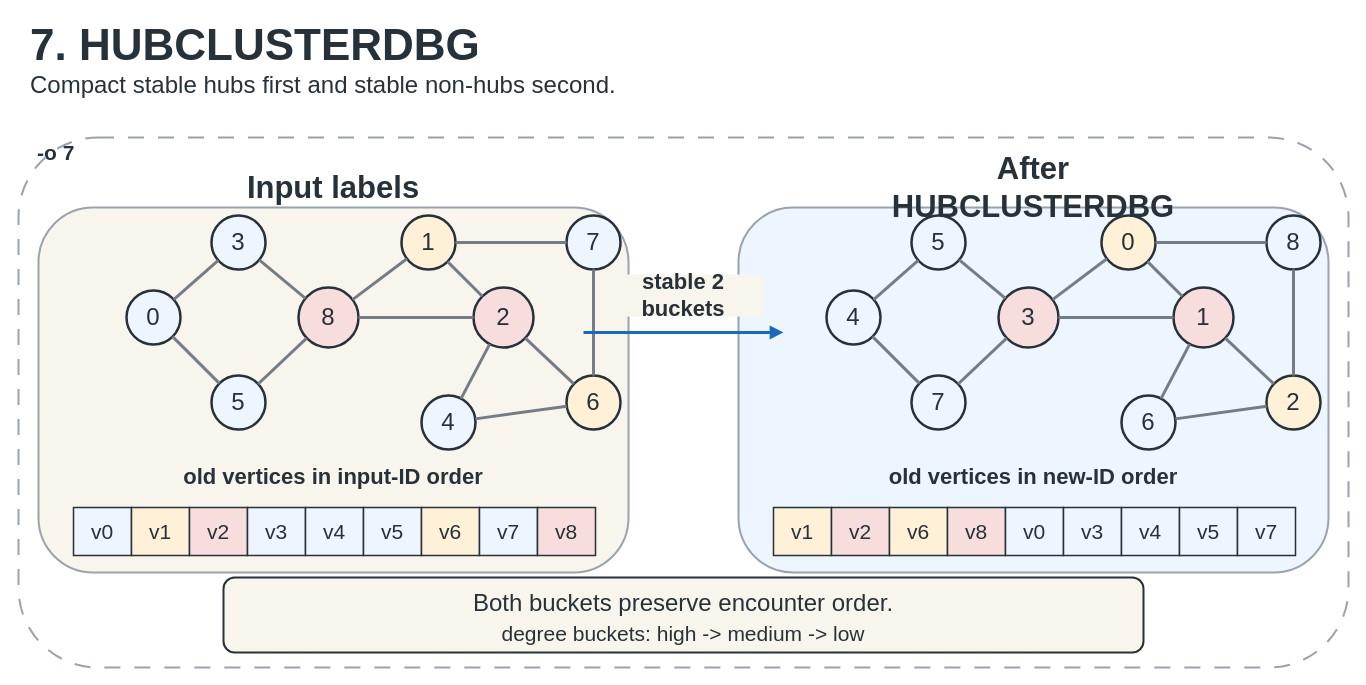
The draw.io diagram page "HUBCLUSTERDBG" (9 of 18) of docs/figures/editable/GraphBrew-reordering-figures.drawio in UVA-LavaLab/GraphBrew, before the edit. Source tidied: cells renumbered, new cells numbered last; positions are measured from the earlier drawing's top-left corner, leaving out a move shared by most shapes. Both pictures are drawn from the tidied source at 100%, with x=0, y=0 at pixel (18, 22).
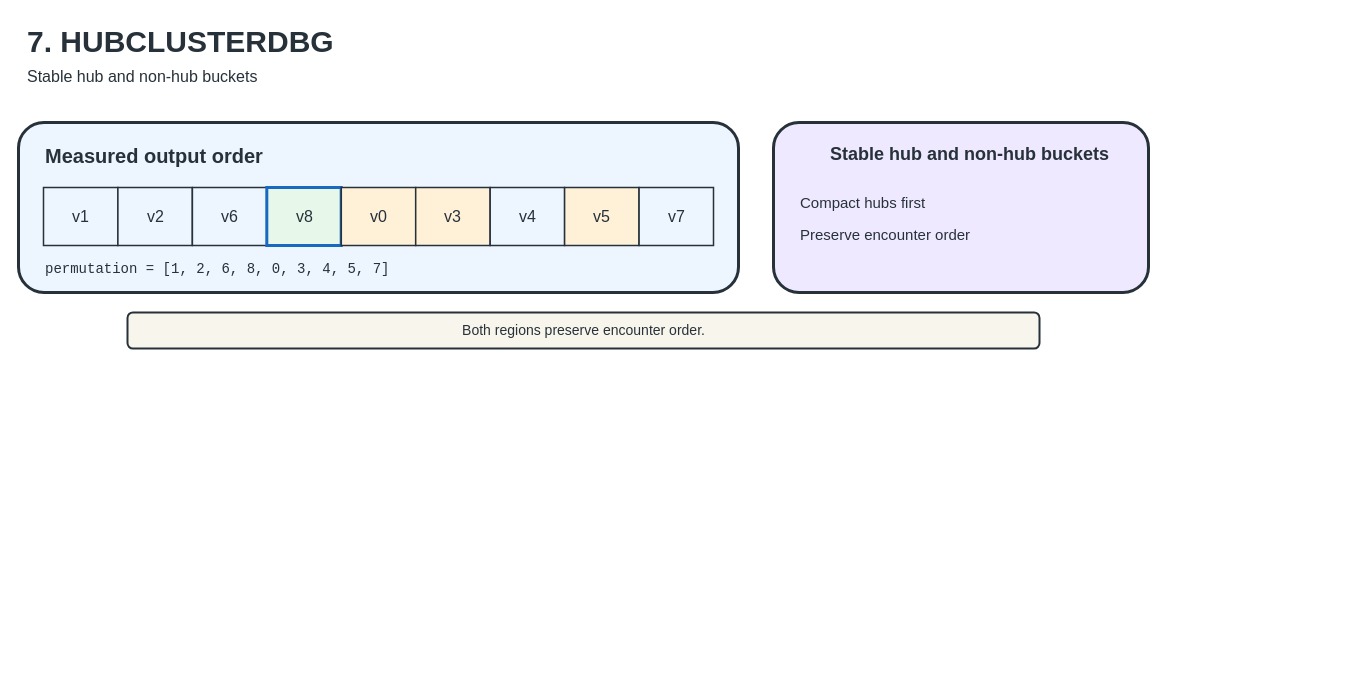
Above is the later version.

The edit, as a diff of the source:
```diff
@@
-    <mxCell id="2" value="7. HUBCLUSTERDBG" style="text;html=1;strokeColor=none;fillColor=none;align=left;verticalAlign=middle;whiteSpace=wrap;fontSize=44;fontStyle=1;fontColor=#27313A;" parent="1" vertex="1">
-      <mxGeometry x="10" width="700" height="45" as="geometry" />
+    <mxCell id="2" value="7. HUBCLUSTERDBG" style="text;html=1;strokeColor=none;fillColor=none;fontSize=30;fontStyle=1;fontColor=#27313A;" parent="1" vertex="1">
+      <mxGeometry x="7" y="-5" width="700" height="42" as="geometry" />
     </mxCell>
-    <mxCell id="3" value="Compact stable hubs first and stable non-hubs second." style="text;html=1;strokeColor=none;fillColor=none;align=left;verticalAlign=middle;whiteSpace=wrap;fontSize=24;fontColor=#27313A;" parent="1" vertex="1">
-      <mxGeometry x="10" y="45" width="1100" height="35" as="geometry" />
+    <mxCell id="3" value="Stable hub and non-hub buckets" style="text;html=1;strokeColor=none;fillColor=none;fontSize=16;fontColor=#27313A;" parent="1" vertex="1">
+      <mxGeometry x="7" y="38" width="1050" height="28" as="geometry" />
     </mxCell>
-    <mxCell id="4" value="-o 7" style="text;html=1;strokeColor=none;fillColor=none;align=left;verticalAlign=middle;whiteSpace=wrap;fontSize=21;fontStyle=1;fontColor=#27313A;" parent="1" vertex="1">
-      <mxGeometry x="17" y="115" width="250" height="30" as="geometry" />
-    </mxCell>
-    <mxCell id="5" style="rounded=1;whiteSpace=wrap;html=1;fillColor=none;strokeColor=#9AA3AD;dashed=1;dashPattern=8 7;strokeWidth=2;" parent="1" vertex="1">
-      <mxGeometry y="115" width="1330" height="530" as="geometry" />
-    </mxCell>
-    <mxCell id="6" style="rounded=1;whiteSpace=wrap;html=1;fillColor=#F8F6EC;strokeColor=#9AA3AD;strokeWidth=2;opacity=100;" parent="1" vertex="1">
-      <mxGeometry x="20" y="185" width="590" height="365" as="geometry" />
-    </mxCell>
-    <mxCell id="7" style="rounded=1;whiteSpace=wrap;html=1;fillColor=#EDF5FF;strokeColor=#9AA3AD;strokeWidth=2;opacity=100;" parent="1" vertex="1">
-      <mxGeometry x="720" y="185" width="590" height="365" as="geometry" />
-    </mxCell>
-    <mxCell id="8" value="Input labels" style="text;html=1;strokeColor=none;fillColor=none;align=center;verticalAlign=middle;whiteSpace=wrap;fontSize=31;fontStyle=1;fontColor=#27313A;" parent="1" vertex="1">
-      <mxGeometry x="185" y="145" width="260" height="40" as="geometry" />
-    </mxCell>
-    <mxCell id="9" value="After HUBCLUSTERDBG" style="text;html=1;strokeColor=none;fillColor=none;align=center;verticalAlign=middle;whiteSpace=wrap;fontSize=31;fontStyle=1;fontColor=#27313A;" parent="1" vertex="1">
-      <mxGeometry x="885" y="145" width="260" height="40" as="geometry" />
-    </mxCell>
-    <mxCell id="10" value="0" style="ellipse;whiteSpace=wrap;html=1;fillColor=#EDF5FF;strokeColor=#27313A;strokeWidth=2.5;fontSize=24;fontColor=#27313A;" parent="1" vertex="1">
-      <mxGeometry x="108" y="268" width="54" height="54" as="geometry" />
-    </mxCell>
-    <mxCell id="11" value="3" style="ellipse;whiteSpace=wrap;html=1;fillColor=#EDF5FF;strokeColor=#27313A;strokeWidth=2.5;fontSize=24;fontColor=#27313A;" parent="1" vertex="1">
-      <mxGeometry x="193" y="193" width="54" height="54" as="geometry" />
-    </mxCell>
-    <mxCell id="12" value="5" style="ellipse;whiteSpace=wrap;html=1;fillColor=#EDF5FF;strokeColor=#27313A;strokeWidth=2.5;fontSize=24;fontColor=#27313A;" parent="1" vertex="1">
-      <mxGeometry x="193" y="353" width="54" height="54" as="geometry" />
-    </mxCell>
-    <mxCell id="13" value="8" style="ellipse;whiteSpace=wrap;html=1;fillColor=#F7DEDC;strokeColor=#27313A;strokeWidth=2.5;fontSize=24;fontColor=#27313A;" parent="1" vertex="1">
-      <mxGeometry x="280" y="265" width="60" height="60" as="geometry" />
-    </mxCell>
-    <mxCell id="14" value="1" style="ellipse;whiteSpace=wrap;html=1;fillColor=#FFF0D8;strokeColor=#27313A;strokeWidth=2.5;fontSize=24;fontColor=#27313A;" parent="1" vertex="1">
-      <mxGeometry x="383" y="193" width="54" height="54" as="geometry" />
-    </mxCell>
-    <mxCell id="15" value="2" style="ellipse;whiteSpace=wrap;html=1;fillColor=#F7DEDC;strokeColor=#27313A;strokeWidth=2.5;fontSize=24;fontColor=#27313A;" parent="1" vertex="1">
-      <mxGeometry x="455" y="265" width="60" height="60" as="geometry" />
-    </mxCell>
-    <mxCell id="16" value="4" style="ellipse;whiteSpace=wrap;html=1;fillColor=#EDF5FF;strokeColor=#27313A;strokeWidth=2.5;fontSize=24;fontColor=#27313A;" parent="1" vertex="1">
-      <mxGeometry x="403" y="373" width="54" height="54" as="geometry" />
-    </mxCell>
-    <mxCell id="17" value="6" style="ellipse;whiteSpace=wrap;html=1;fillColor=#FFF0D8;strokeColor=#27313A;strokeWidth=2.5;fontSize=24;fontColor=#27313A;" parent="1" vertex="1">
-      <mxGeometry x="548" y="353" width="54" height="54" as="geometry" />
-    </mxCell>
-    <mxCell id="18" value="7" style="ellipse;whiteSpace=wrap;html=1;fillColor=#EDF5FF;strokeColor=#27313A;strokeWidth=2.5;fontSize=24;fontColor=#27313A;" parent="1" vertex="1">
-      <mxGeometry x="548" y="193" width="54" height="54" as="geometry" />
-    </mxCell>
-    <mxCell id="19" style="endArrow=none;html=1;rounded=0;strokeColor=#747D86;strokeWidth=3;" parent="1" edge="1" source="10" target="11">
-      <mxGeometry relative="1" as="geometry" />
-    </mxCell>
-    <mxCell id="20" style="endArrow=none;html=1;rounded=0;strokeColor=#747D86;strokeWidth=3;" parent="1" edge="1" source="10" target="12">
-      <mxGeometry relative="1" as="geometry" />
-    </mxCell>
-    <mxCell id="21" style="endArrow=none;html=1;rounded=0;strokeColor=#747D86;strokeWidth=3;" parent="1" edge="1" source="11" target="13">
-      <mxGeometry relative="1" as="geometry" />
-    </mxCell>
-    <mxCell id="22" style="endArrow=none;html=1;rounded=0;strokeColor=#747D86;strokeWidth=3;" parent="1" edge="1" source="12" target="13">
-      <mxGeometry relative="1" as="geometry" />
-    </mxCell>
-    <mxCell id="23" style="endArrow=none;html=1;rounded=0;strokeColor=#747D86;strokeWidth=3;" parent="1" edge="1" source="13" target="14">
-      <mxGeometry relative="1" as="geometry" />
-    </mxCell>
-    <mxCell id="24" style="endArrow=none;html=1;rounded=0;strokeColor=#747D86;strokeWidth=3;" parent="1" edge="1" source="13" target="15">
-      <mxGeometry relative="1" as="geometry" />
-    </mxCell>
-    <mxCell id="25" style="endArrow=none;html=1;rounded=0;strokeColor=#747D86;strokeWidth=3;" parent="1" edge="1" source="14" target="15">
-      <mxGeometry relative="1" as="geometry" />
-    </mxCell>
-    <mxCell id="26" style="endArrow=none;html=1;rounded=0;strokeColor=#747D86;strokeWidth=3;" parent="1" edge="1" source="14" target="18">
-      <mxGeometry relative="1" as="geometry" />
-    </mxCell>
-    <mxCell id="27" style="endArrow=none;html=1;rounded=0;strokeColor=#747D86;strokeWidth=3;" parent="1" edge="1" source="15" target="16">
-      <mxGeometry relative="1" as="geometry" />
-    </mxCell>
-    <mxCell id="28" style="endArrow=none;html=1;rounded=0;strokeColor=#747D86;strokeWidth=3;" parent="1" edge="1" source="15" target="17">
-      <mxGeometry relative="1" as="geometry" />
-    </mxCell>
-    <mxCell id="29" style="endArrow=none;html=1;rounded=0;strokeColor=#747D86;strokeWidth=3;" parent="1" edge="1" source="16" target="17">
-      <mxGeometry relative="1" as="geometry" />
-    </mxCell>
-    <mxCell id="30" style="endArrow=none;html=1;rounded=0;strokeColor=#747D86;strokeWidth=3;" parent="1" edge="1" source="17" target="18">
-      <mxGeometry relative="1" as="geometry" />
-    </mxCell>
-    <mxCell id="31" value="4" style="ellipse;whiteSpace=wrap;html=1;fillColor=#EDF5FF;strokeColor=#27313A;strokeWidth=2.5;fontSize=24;fontColor=#27313A;" parent="1" vertex="1">
-      <mxGeometry x="808" y="268" width="54" height="54" as="geometry" />
-    </mxCell>
-    <mxCell id="32" value="5" style="ellipse;whiteSpace=wrap;html=1;fillColor=#EDF5FF;strokeColor=#27313A;strokeWidth=2.5;fontSize=24;fontColor=#27313A;" parent="1" vertex="1">
-      <mxGeometry x="893" y="193" width="54" height="54" as="geometry" />
-    </mxCell>
-    <mxCell id="33" value="7" style="ellipse;whiteSpace=wrap;html=1;fillColor=#EDF5FF;strokeColor=#27313A;strokeWidth=2.5;fontSize=24;fontColor=#27313A;" parent="1" vertex="1">
-      <mxGeometry x="893" y="353" width="54" height="54" as="geometry" />
-    </mxCell>
-    <mxCell id="34" value="3" style="ellipse;whiteSpace=wrap;html=1;fillColor=#F7DEDC;strokeColor=#27313A;strokeWidth=2.5;fontSize=24;fontColor=#27313A;" parent="1" vertex="1">
-      <mxGeometry x="980" y="265" width="60" height="60" as="geometry" />
-    </mxCell>
-    <mxCell id="35" value="0" style="ellipse;whiteSpace=wrap;html=1;fillColor=#FFF0D8;strokeColor=#27313A;strokeWidth=2.5;fontSize=24;fontColor=#27313A;" parent="1" vertex="1">
-      <mxGeometry x="1083" y="193" width="54" height="54" as="geometry" />
-    </mxCell>
-    <mxCell id="36" value="1" style="ellipse;whiteSpace=wrap;html=1;fillColor=#F7DEDC;strokeColor=#27313A;strokeWidth=2.5;fontSize=24;fontColor=#27313A;" parent="1" vertex="1">
-      <mxGeometry x="1155" y="265" width="60" height="60" as="geometry" />
-    </mxCell>
-    <mxCell id="37" value="6" style="ellipse;whiteSpace=wrap;html=1;fillColor=#EDF5FF;strokeColor=#27313A;strokeWidth=2.5;fontSize=24;fontColor=#27313A;" parent="1" vertex="1">
-      <mxGeometry x="1103" y="373" width="54" height="54" as="geometry" />
-    </mxCell>
-    <mxCell id="38" value="2" style="ellipse;whiteSpace=wrap;html=1;fillColor=#FFF0D8;strokeColor=#27313A;strokeWidth=2.5;fontSize=24;fontColor=#27313A;" parent="1" vertex="1">
-      <mxGeometry x="1248" y="353" width="54" height="54" as="geometry" />
-    </mxCell>
-    <mxCell id="39" value="8" style="ellipse;whiteSpace=wrap;html=1;fillColor=#EDF5FF;strokeColor=#27313A;strokeWidth=2.5;fontSize=24;fontColor=#27313A;" parent="1" vertex="1">
-      <mxGeometry x="1248" y="193" width="54" height="54" as="geometry" />
-    </mxCell>
-    <mxCell id="40" style="endArrow=none;html=1;rounded=0;strokeColor=#747D86;strokeWidth=3;" parent="1" edge="1" source="31" target="32">
-      <mxGeometry relative="1" as="geometry" />
-    </mxCell>
-    <mxCell id="41" style="endArrow=none;html=1;rounded=0;strokeColor=#747D86;strokeWidth=3;" parent="1" edge="1" source="31" target="33">
-      <mxGeometry relative="1" as="geometry" />
-    </mxCell>
-    <mxCell id="42" style="endArrow=none;html=1;rounded=0;strokeColor=#747D86;strokeWidth=3;" parent="1" edge="1" source="32" target="34">
-      <mxGeometry relative="1" as="geometry" />
-    </mxCell>
-    <mxCell id="43" style="endArrow=none;html=1;rounded=0;strokeColor=#747D86;strokeWidth=3;" parent="1" edge="1" source="33" target="34">
-      <mxGeometry relative="1" as="geometry" />
-    </mxCell>
-    <mxCell id="44" style="endArrow=none;html=1;rounded=0;strokeColor=#747D86;strokeWidth=3;" parent="1" edge="1" source="34" target="35">
-      <mxGeometry relative="1" as="geometry" />
-    </mxCell>
-    <mxCell id="45" style="endArrow=none;html=1;rounded=0;strokeColor=#747D86;strokeWidth=3;" parent="1" edge="1" source="34" target="36">
-      <mxGeometry relative="1" as="geometry" />
-    </mxCell>
-    <mxCell id="46" style="endArrow=none;html=1;rounded=0;strokeColor=#747D86;strokeWidth=3;" parent="1" edge="1" source="35" target="36">
-      <mxGeometry relative="1" as="geometry" />
-    </mxCell>
-    <mxCell id="47" style="endArrow=none;html=1;rounded=0;strokeColor=#747D86;strokeWidth=3;" parent="1" edge="1" source="35" target="39">
-      <mxGeometry relative="1" as="geometry" />
-    </mxCell>
-    <mxCell id="48" style="endArrow=none;html=1;rounded=0;strokeColor=#747D86;strokeWidth=3;" parent="1" edge="1" source="36" target="37">
-      <mxGeometry relative="1" as="geometry" />
-    </mxCell>
-    <mxCell id="49" style="endArrow=none;html=1;rounded=0;strokeColor=#747D86;strokeWidth=3;" parent="1" edge="1" source="36" target="38">
-      <mxGeometry relative="1" as="geometry" />
-    </mxCell>
-    <mxCell id="50" style="endArrow=none;html=1;rounded=0;strokeColor=#747D86;strokeWidth=3;" parent="1" edge="1" source="37" target="38">
-      <mxGeometry relative="1" as="geometry" />
-    </mxCell>
-    <mxCell id="51" style="endArrow=none;html=1;rounded=0;strokeColor=#747D86;strokeWidth=3;" parent="1" edge="1" source="38" target="39">
-      <mxGeometry relative="1" as="geometry" />
-    </mxCell>
-    <mxCell id="52" style="endArrow=block;endFill=1;html=1;strokeColor=#1769C2;strokeWidth=3;" parent="1" edge="1">
-      <mxGeometry relative="1" as="geometry">
-        <mxPoint x="565" y="310" as="sourcePoint" />
-        <mxPoint x="765" y="310" as="targetPoint" />
-      </mxGeometry>
-    </mxCell>
-    <mxCell id="53" value="stable 2 buckets" style="rounded=1;whiteSpace=wrap;html=1;fillColor=#F8F6EC;strokeColor=none;fontSize=22;fontStyle=1;fontColor=#27313A;align=center;" parent="1" vertex="1">
-      <mxGeometry x="585" y="252" width="160" height="42" as="geometry" />
-    </mxCell>
-    <mxCell id="54" value="old vertices in input-ID order" style="text;html=1;strokeColor=none;fillColor=none;align=center;verticalAlign=middle;whiteSpace=wrap;fontSize=22;fontStyle=1;fontColor=#27313A;" parent="1" vertex="1">
-      <mxGeometry x="60" y="440" width="510" height="30" as="geometry" />
-    </mxCell>
-    <mxCell id="55" value="old vertices in new-ID order" style="text;html=1;strokeColor=none;fillColor=none;align=center;verticalAlign=middle;whiteSpace=wrap;fontSize=22;fontStyle=1;fontColor=#27313A;" parent="1" vertex="1">
-      <mxGeometry x="760" y="440" width="510" height="30" as="geometry" />
-    </mxCell>
-    <mxCell id="56" value="v0" style="rounded=0;whiteSpace=wrap;html=1;fillColor=#EDF5FF;strokeColor=#27313A;strokeWidth=1.5;fontSize=21;fontColor=#27313A;align=center;" parent="1" vertex="1">
-      <mxGeometry x="55" y="485" width="58" height="48" as="geometry" />
-    </mxCell>
-    <mxCell id="57" value="v1" style="rounded=0;whiteSpace=wrap;html=1;fillColor=#FFF0D8;strokeColor=#27313A;strokeWidth=1.5;fontSize=21;fontColor=#27313A;align=center;" parent="1" vertex="1">
-      <mxGeometry x="113" y="485" width="58" height="48" as="geometry" />
-    </mxCell>
-    <mxCell id="58" value="v2" style="rounded=0;whiteSpace=wrap;html=1;fillColor=#F7DEDC;strokeColor=#27313A;strokeWidth=1.5;fontSize=21;fontColor=#27313A;align=center;" parent="1" vertex="1">
-      <mxGeometry x="171" y="485" width="58" height="48" as="geometry" />
-    </mxCell>
-    <mxCell id="59" value="v3" style="rounded=0;whiteSpace=wrap;html=1;fillColor=#EDF5FF;strokeColor=#27313A;strokeWidth=1.5;fontSize=21;fontColor=#27313A;align=center;" parent="1" vertex="1">
-      <mxGeometry x="229" y="485" width="58" height="48" as="geometry" />
-    </mxCell>
-    <mxCell id="60" value="v4" style="rounded=0;whiteSpace=wrap;html=1;fillColor=#EDF5FF;strokeColor=#27313A;strokeWidth=1.5;fontSize=21;fontColor=#27313A;align=center;" parent="1" vertex="1">
-      <mxGeometry x="287" y="485" width="58" height="48" as="geometry" />
-    </mxCell>
-    <mxCell id="61" value="v5" style="rounded=0;whiteSpace=wrap;html=1;fillColor=#EDF5FF;strokeColor=#27313A;strokeWidth=1.5;fontSize=21;fontColor=#27313A;align=center;" parent="1" vertex="1">
-      <mxGeometry x="345" y="485" width="58" height="48" as="geometry" />
-    </mxCell>
-    <mxCell id="62" value="v6" style="rounded=0;whiteSpace=wrap;html=1;fillColor=#FFF0D8;strokeColor=#27313A;strokeWidth=1.5;fontSize=21;fontColor=#27313A;align=center;" parent="1" vertex="1">
-      <mxGeometry x="403" y="485" width="58" height="48" as="geometry" />
-    </mxCell>
-    <mxCell id="63" value="v7" style="rounded=0;whiteSpace=wrap;html=1;fillColor=#EDF5FF;strokeColor=#27313A;strokeWidth=1.5;fontSize=21;fontColor=#27313A;align=center;" parent="1" vertex="1">
-      <mxGeometry x="461" y="485" width="58" height="48" as="geometry" />
-    </mxCell>
-    <mxCell id="64" value="v8" style="rounded=0;whiteSpace=wrap;html=1;fillColor=#F7DEDC;strokeColor=#27313A;strokeWidth=1.5;fontSize=21;fontColor=#27313A;align=center;" parent="1" vertex="1">
-      <mxGeometry x="519" y="485" width="58" height="48" as="geometry" />
-    </mxCell>
-    <mxCell id="65" value="v1" style="rounded=0;whiteSpace=wrap;html=1;fillColor=#FFF0D8;strokeColor=#27313A;strokeWidth=1.5;fontSize=21;fontColor=#27313A;align=center;" parent="1" vertex="1">
-      <mxGeometry x="755" y="485" width="58" height="48" as="geometry" />
-    </mxCell>
-    <mxCell id="66" value="v2" style="rounded=0;whiteSpace=wrap;html=1;fillColor=#F7DEDC;strokeColor=#27313A;strokeWidth=1.5;fontSize=21;fontColor=#27313A;align=center;" parent="1" vertex="1">
-      <mxGeometry x="813" y="485" width="58" height="48" as="geometry" />
-    </mxCell>
-    <mxCell id="67" value="v6" style="rounded=0;whiteSpace=wrap;html=1;fillColor=#FFF0D8;strokeColor=#27313A;strokeWidth=1.5;fontSize=21;fontColor=#27313A;align=center;" parent="1" vertex="1">
-      <mxGeometry x="871" y="485" width="58" height="48" as="geometry" />
-    </mxCell>
-    <mxCell id="68" value="v8" style="rounded=0;whiteSpace=wrap;html=1;fillColor=#F7DEDC;strokeColor=#27313A;strokeWidth=1.5;fontSize=21;fontColor=#27313A;align=center;" parent="1" vertex="1">
-      <mxGeometry x="929" y="485" width="58" height="48" as="geometry" />
-    </mxCell>
-    <mxCell id="69" value="v0" style="rounded=0;whiteSpace=wrap;html=1;fillColor=#EDF5FF;strokeColor=#27313A;strokeWidth=1.5;fontSize=21;fontColor=#27313A;align=center;" parent="1" vertex="1">
-      <mxGeometry x="987" y="485" width="58" height="48" as="geometry" />
-    </mxCell>
-    <mxCell id="70" value="v3" style="rounded=0;whiteSpace=wrap;html=1;fillColor=#EDF5FF;strokeColor=#27313A;strokeWidth=1.5;fontSize=21;fontColor=#27313A;align=center;" parent="1" vertex="1">
-      <mxGeometry x="1045" y="485" width="58" height="48" as="geometry" />
-    </mxCell>
-    <mxCell id="71" value="v4" style="rounded=0;whiteSpace=wrap;html=1;fillColor=#EDF5FF;strokeColor=#27313A;strokeWidth=1.5;fontSize=21;fontColor=#27313A;align=center;" parent="1" vertex="1">
-      <mxGeometry x="1103" y="485" width="58" height="48" as="geometry" />
-    </mxCell>
-    <mxCell id="72" value="v5" style="rounded=0;whiteSpace=wrap;html=1;fillColor=#EDF5FF;strokeColor=#27313A;strokeWidth=1.5;fontSize=21;fontColor=#27313A;align=center;" parent="1" vertex="1">
-      <mxGeometry x="1161" y="485" width="58" height="48" as="geometry" />
-    </mxCell>
-    <mxCell id="73" value="v7" style="rounded=0;whiteSpace=wrap;html=1;fillColor=#EDF5FF;strokeColor=#27313A;strokeWidth=1.5;fontSize=21;fontColor=#27313A;align=center;" parent="1" vertex="1">
-      <mxGeometry x="1219" y="485" width="58" height="48" as="geometry" />
-    </mxCell>
-    <mxCell id="74" style="rounded=1;whiteSpace=wrap;html=1;fillColor=#F8F6EC;strokeColor=#27313A;strokeWidth=2;" parent="1" vertex="1">
-      <mxGeometry x="205" y="555" width="920" height="75" as="geometry" />
-    </mxCell>
-    <mxCell id="75" value="Both buckets preserve encounter order." style="text;html=1;strokeColor=none;fillColor=none;align=center;verticalAlign=middle;whiteSpace=wrap;fontSize=24;fontColor=#27313A;" parent="1" vertex="1">
-      <mxGeometry x="225" y="564" width="880" height="34" as="geometry" />
-    </mxCell>
-    <mxCell id="76" value="degree buckets: high -&gt; medium -&gt; low" style="text;html=1;strokeColor=none;fillColor=none;align=center;verticalAlign=middle;whiteSpace=wrap;fontSize=21;fontColor=#27313A;" parent="1" vertex="1">
-      <mxGeometry x="225" y="598" width="880" height="26" as="geometry" />
-    </mxCell>
+    <mxCell id="77" style="rounded=1;html=1;fillColor=#EDF5FF;strokeColor=#27313A;strokeWidth=3;" parent="1" vertex="1">
+      <mxGeometry y="100" width="720" height="170" as="geometry" />
+    </mxCell>
+    <mxCell id="78" style="rounded=1;html=1;fillColor=#EEE9FF;strokeColor=#27313A;strokeWidth=3;" parent="1" vertex="1">
+      <mxGeometry x="755" y="100" width="375" height="170" as="geometry" />
+    </mxCell>
+    <mxCell id="79" value="Measured output order" style="text;html=1;strokeColor=none;fillColor=none;fontSize=20;fontStyle=1;fontColor=#27313A;" parent="1" vertex="1">
+      <mxGeometry x="25" y="115" width="300" height="35" as="geometry" />
+    </mxCell>
+    <mxCell id="80" value="Stable hub and non-hub buckets" style="text;html=1;strokeColor=none;fillColor=none;fontSize=18;fontStyle=1;fontColor=#27313A;" parent="1" vertex="1">
+      <mxGeometry x="810" y="115" width="300" height="35" as="geometry" />
+    </mxCell>
+    <mxCell id="81" value="Both regions preserve encounter order." style="rounded=1;html=1;fillColor=#F8F6EC;strokeColor=#27313A;strokeWidth=2;fontSize=14;fontColor=#27313A;align=center;" parent="1" vertex="1">
+      <mxGeometry x="109" y="290" width="912" height="36" as="geometry" />
+    </mxCell>
+    <mxCell id="82" value="v1" style="rounded=0;html=1;align=center;verticalAlign=middle;fillColor=#EDF5FF;strokeColor=#27313A;strokeWidth=1.5;fontSize=16;fontColor=#27313A;" parent="1" vertex="1">
+      <mxGeometry x="25" y="165" width="74.4" height="58" as="geometry" />
+    </mxCell>
+    <mxCell id="83" value="v2" style="rounded=0;html=1;align=center;verticalAlign=middle;fillColor=#EDF5FF;strokeColor=#27313A;strokeWidth=1.5;fontSize=16;fontColor=#27313A;" parent="1" vertex="1">
+      <mxGeometry x="99.4" y="165" width="74.4" height="58" as="geometry" />
+    </mxCell>
+    <mxCell id="84" value="v6" style="rounded=0;html=1;align=center;verticalAlign=middle;fillColor=#EDF5FF;strokeColor=#27313A;strokeWidth=1.5;fontSize=16;fontColor=#27313A;" parent="1" vertex="1">
+      <mxGeometry x="173.9" y="165" width="74.4" height="58" as="geometry" />
+    </mxCell>
+    <mxCell id="85" value="v8" style="rounded=0;html=1;align=center;verticalAlign=middle;fillColor=#E7F7EA;strokeColor=#1769C2;strokeWidth=3;fontSize=16;fontColor=#27313A;" parent="1" vertex="1">
+      <mxGeometry x="248.3" y="165" width="74.4" height="58" as="geometry" />
+    </mxCell>
+    <mxCell id="86" value="v0" style="rounded=0;html=1;align=center;verticalAlign=middle;fillColor=#FFF0D8;strokeColor=#27313A;strokeWidth=1.5;fontSize=16;fontColor=#27313A;" parent="1" vertex="1">
+      <mxGeometry x="322.8" y="165" width="74.4" height="58" as="geometry" />
+    </mxCell>
+    <mxCell id="87" value="v3" style="rounded=0;html=1;align=center;verticalAlign=middle;fillColor=#FFF0D8;strokeColor=#27313A;strokeWidth=1.5;fontSize=16;fontColor=#27313A;" parent="1" vertex="1">
+      <mxGeometry x="397.2" y="165" width="74.4" height="58" as="geometry" />
+    </mxCell>
+    <mxCell id="88" value="v4" style="rounded=0;html=1;align=center;verticalAlign=middle;fillColor=#EDF5FF;strokeColor=#27313A;strokeWidth=1.5;fontSize=16;fontColor=#27313A;" parent="1" vertex="1">
+      <mxGeometry x="471.7" y="165" width="74.4" height="58" as="geometry" />
+    </mxCell>
+    <mxCell id="89" value="v5" style="rounded=0;html=1;align=center;verticalAlign=middle;fillColor=#FFF0D8;strokeColor=#27313A;strokeWidth=1.5;fontSize=16;fontColor=#27313A;" parent="1" vertex="1">
+      <mxGeometry x="546.1" y="165" width="74.4" height="58" as="geometry" />
+    </mxCell>
+    <mxCell id="90" value="v7" style="rounded=0;html=1;align=center;verticalAlign=middle;fillColor=#EDF5FF;strokeColor=#27313A;strokeWidth=1.5;fontSize=16;fontColor=#27313A;" parent="1" vertex="1">
+      <mxGeometry x="620.6" y="165" width="74.4" height="58" as="geometry" />
+    </mxCell>
+    <mxCell id="91" value="permutation = [1, 2, 6, 8, 0, 3, 4, 5, 7]" style="text;html=1;strokeColor=none;fillColor=none;fontSize=14;fontFamily=Consolas;fontColor=#27313A;" parent="1" vertex="1">
+      <mxGeometry x="25" y="232" width="670" height="28" as="geometry" />
+    </mxCell>
+    <mxCell id="92" value="Compact hubs first" style="text;html=1;strokeColor=none;fillColor=none;fontSize=15;fontColor=#27313A;" parent="1" vertex="1">
+      <mxGeometry x="780" y="165" width="325" height="28" as="geometry" />
+    </mxCell>
+    <mxCell id="93" value="Preserve encounter order" style="text;html=1;strokeColor=none;fillColor=none;fontSize=15;fontColor=#27313A;" parent="1" vertex="1">
+      <mxGeometry x="780" y="197" width="325" height="28" as="geometry" />
+    </mxCell>
```
